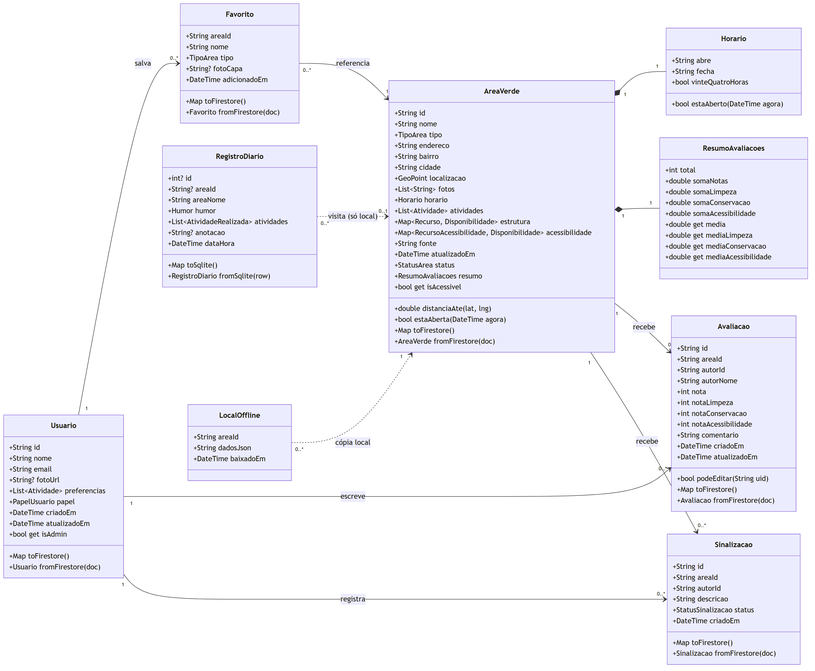
Above: docs/diagramas/diagrama-classes.png in ONiltonLinhares/VerdeUrbano (Mermaid), before the change. Its source is kept beside it as docs/diagramas/diagrama-classes.mmd.
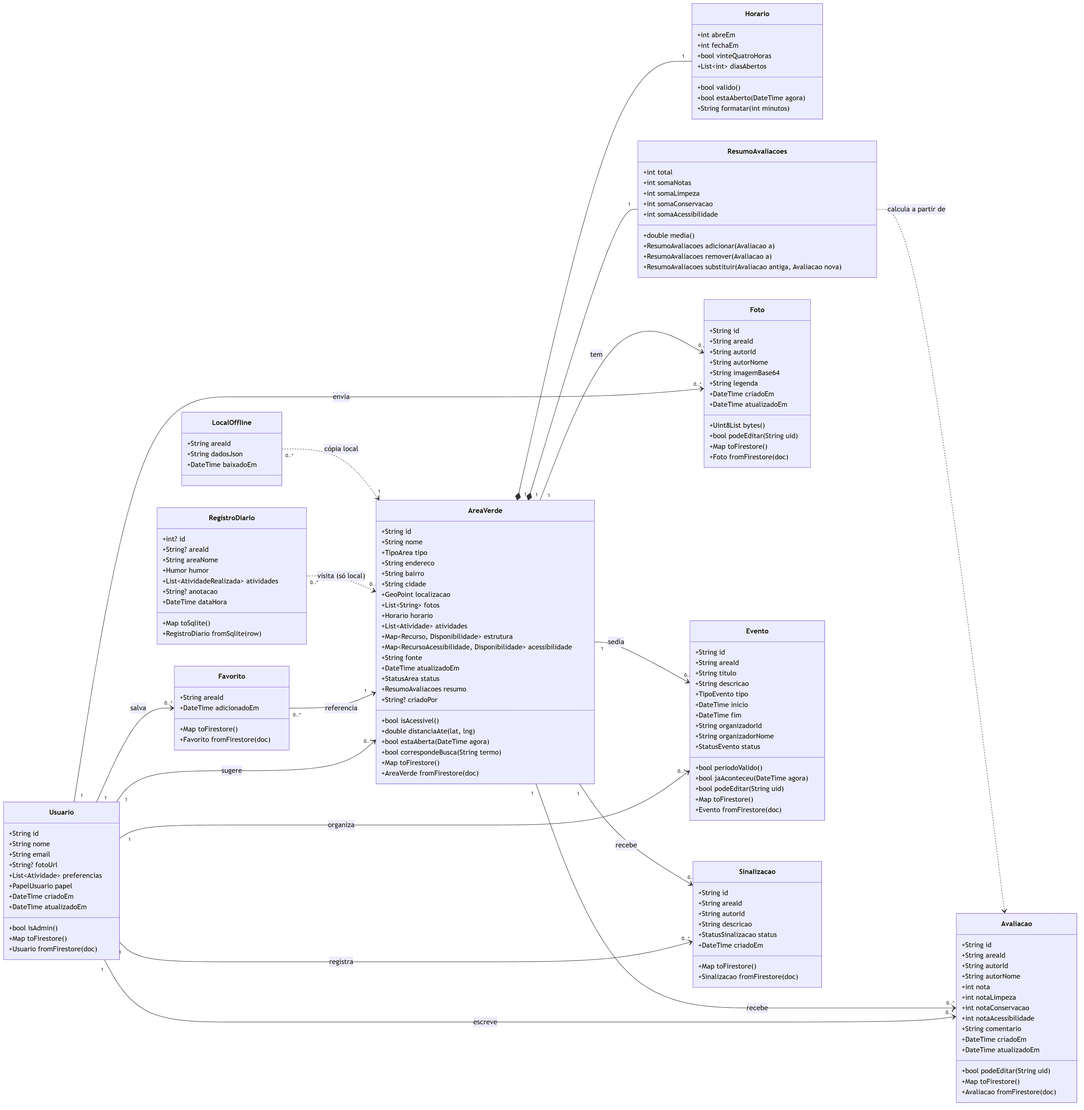
After the change.

Change to the diagram source:
```diff
@@ -10,7 +10,7 @@
         +PapelUsuario papel
         +DateTime criadoEm
         +DateTime atualizadoEm
-        +bool get isAdmin
+        +bool isAdmin()
         +Map toFirestore()
         +Usuario fromFirestore(doc)
     }
@@ -32,30 +32,35 @@
         +DateTime atualizadoEm
         +StatusArea status
         +ResumoAvaliacoes resumo
-        +bool get isAcessivel
+        +String? criadoPor
+        +bool isAcessivel()
         +double distanciaAte(lat, lng)
         +bool estaAberta(DateTime agora)
+        +bool correspondeBusca(String termo)
         +Map toFirestore()
         +AreaVerde fromFirestore(doc)
     }
 
     class Horario {
-        +String abre
-        +String fecha
+        +int abreEm
+        +int fechaEm
         +bool vinteQuatroHoras
+        +List~int~ diasAbertos
+        +bool valido()
         +bool estaAberto(DateTime agora)
+        +String formatar(int minutos)
     }
 
     class ResumoAvaliacoes {
         +int total
-        +double somaNotas
-        +double somaLimpeza
-        +double somaConservacao
-        +double somaAcessibilidade
-        +double get media
-        +double get mediaLimpeza
-        +double get mediaConservacao
-        +double get mediaAcessibilidade
+        +int somaNotas
+        +int somaLimpeza
+        +int somaConservacao
+        +int somaAcessibilidade
+        +double media()
+        +ResumoAvaliacoes adicionar(Avaliacao a)
+        +ResumoAvaliacoes remover(Avaliacao a)
+        +ResumoAvaliacoes substituir(Avaliacao antiga, Avaliacao nova)
     }
 
     class Avaliacao {
@@ -75,11 +80,41 @@
         +Avaliacao fromFirestore(doc)
     }
 
+    class Foto {
+        +String id
+        +String areaId
+        +String autorId
+        +String autorNome
+        +String imagemBase64
+        +String legenda
+        +DateTime criadoEm
+        +DateTime atualizadoEm
+        +Uint8List bytes()
+        +bool podeEditar(String uid)
+        +Map toFirestore()
+        +Foto fromFirestore(doc)
+    }
+
+    class Evento {
+        +String id
+        +String areaId
+        +String titulo
+        +String descricao
+        +TipoEvento tipo
+        +DateTime inicio
+        +DateTime fim
+        +String organizadorId
+        +String organizadorNome
+        +StatusEvento status
+        +bool periodoValido()
+        +bool jaAconteceu(DateTime agora)
+        +bool podeEditar(String uid)
+        +Map toFirestore()
+        +Evento fromFirestore(doc)
+    }
+
     class Favorito {
         +String areaId
-        +String nome
-        +TipoArea tipo
-        +String? fotoCapa
         +DateTime adicionadoEm
         +Map toFirestore()
         +Favorito fromFirestore(doc)
@@ -116,11 +151,17 @@
 
     Usuario "1" --> "0..*" Favorito : salva
     Usuario "1" --> "0..*" Avaliacao : escreve
+    Usuario "1" --> "0..*" Foto : envia
+    Usuario "1" --> "0..*" Evento : organiza
     Usuario "1" --> "0..*" Sinalizacao : registra
+    Usuario "1" --> "0..*" AreaVerde : sugere
     AreaVerde "1" *-- "1" Horario
     AreaVerde "1" *-- "1" ResumoAvaliacoes
     AreaVerde "1" --> "0..*" Avaliacao : recebe
+    AreaVerde "1" --> "0..*" Foto : tem
+    AreaVerde "1" --> "0..*" Evento : sedia
     AreaVerde "1" --> "0..*" Sinalizacao : recebe
     Favorito "0..*" --> "1" AreaVerde : referencia
+    ResumoAvaliacoes ..> Avaliacao : calcula a partir de
     RegistroDiario "0..*" ..> "0..1" AreaVerde : visita (só local)
     LocalOffline "0..*" ..> "1" AreaVerde : cópia local
```
